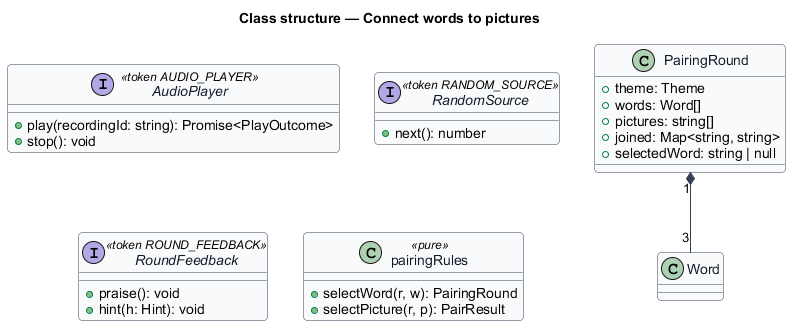
Above: docs/detailed-designs/sound-out/connect-words-to-pictures/diagrams/class.png in QuinntyneBrown/pibbo (PlantUML), before the change.
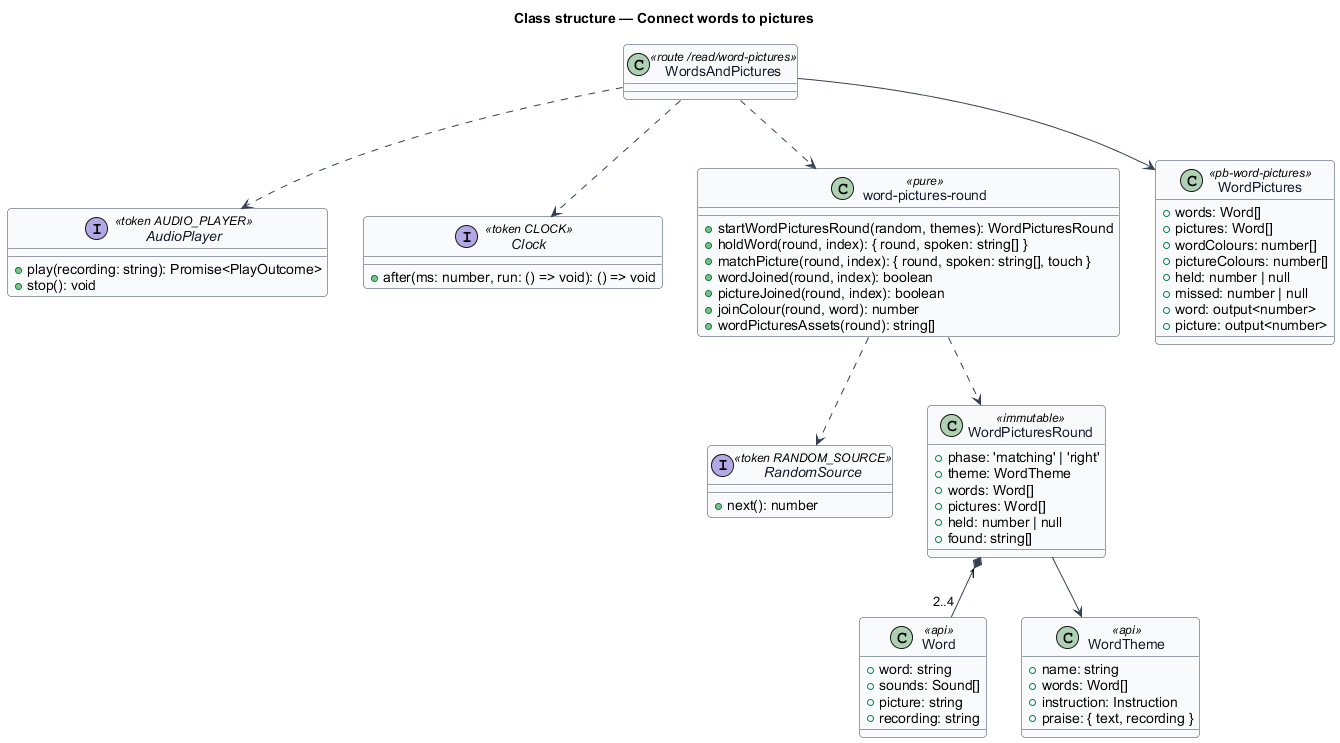
The same diagram one commit later.

Diff of the diagram source:
```diff
@@ -12,27 +12,61 @@
 title Class structure — Connect words to pictures
 
 interface AudioPlayer <<token AUDIO_PLAYER>> {
-  +play(recordingId: string): Promise<PlayOutcome>
+  +play(recording: string): Promise<PlayOutcome>
   +stop(): void
 }
 interface RandomSource <<token RANDOM_SOURCE>> {
   +next(): number
 }
-interface RoundFeedback <<token ROUND_FEEDBACK>> {
-  +praise(): void
-  +hint(h: Hint): void
+interface Clock <<token CLOCK>> {
+  +after(ms: number, run: () => void): () => void
 }
-
-class PairingRound {
-  +theme: Theme
+class Word <<api>> {
+  +word: string
+  +sounds: Sound[]
+  +picture: string
+  +recording: string
+}
+class WordTheme <<api>> {
+  +name: string
   +words: Word[]
-  +pictures: string[]
-  +joined: Map<string, string>
-  +selectedWord: string | null
+  +instruction: Instruction
+  +praise: { text, recording }
 }
-class pairingRules <<pure>> {
-  +selectWord(r, w): PairingRound
-  +selectPicture(r, p): PairResult
+class WordPicturesRound <<immutable>> {
+  +phase: 'matching' | 'right'
+  +theme: WordTheme
+  +words: Word[]
+  +pictures: Word[]
+  +held: number | null
+  +found: string[]
 }
-PairingRound "1" *-- "3" Word
+class "word-pictures-round" as rules <<pure>> {
+  +startWordPicturesRound(random, themes): WordPicturesRound
+  +holdWord(round, index): { round, spoken: string[] }
+  +matchPicture(round, index): { round, spoken: string[], touch }
+  +wordJoined(round, index): boolean
+  +pictureJoined(round, index): boolean
+  +joinColour(round, word): number
+  +wordPicturesAssets(round): string[]
+}
+class WordsAndPictures <<route /read/word-pictures>>
+class WordPictures <<pb-word-pictures>> {
+  +words: Word[]
+  +pictures: Word[]
+  +wordColours: number[]
+  +pictureColours: number[]
+  +held: number | null
+  +missed: number | null
+  +word: output<number>
+  +picture: output<number>
+}
+WordPicturesRound "1" *-- "2..4" Word
+WordPicturesRound --> WordTheme
+rules ..> WordPicturesRound
+rules ..> RandomSource
+WordsAndPictures ..> rules
+WordsAndPictures ..> AudioPlayer
+WordsAndPictures ..> Clock
+WordsAndPictures --> WordPictures
 @enduml
```
